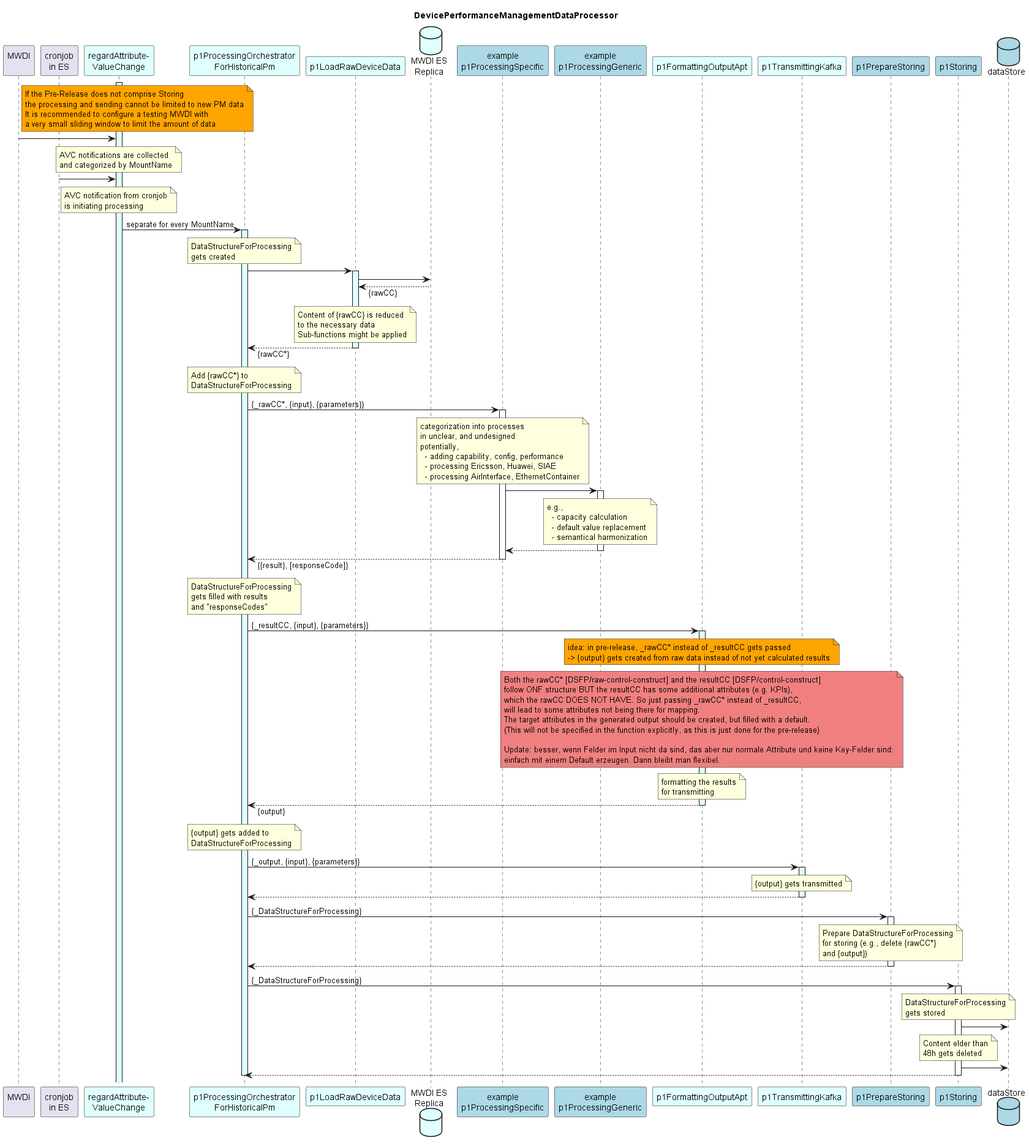
Above: spec/diagrams/highlevelOverview/00_hl_overview.png in openBackhaul/DevicePerformanceManagementDataProcessor (PlantUML), before the change.
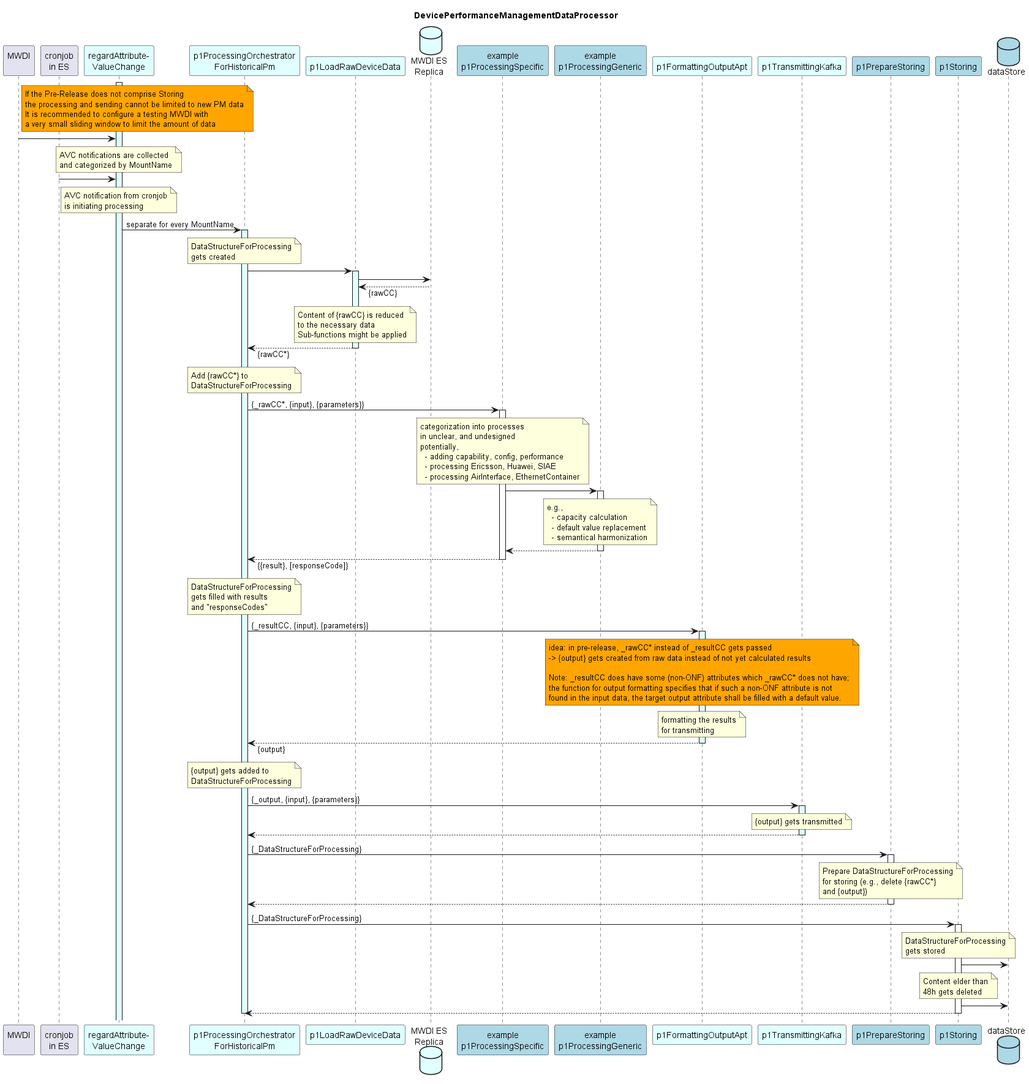
After the change.

Commit message:
overview diagram update for outputFormatting

Diff of the diagram source:
```diff
@@ -113,17 +113,10 @@
     note over p1Output #Orange
       idea: in pre-release, _rawCC* instead of _resultCC gets passed
       -> {output} gets created from raw data instead of not yet calculated results
-    end note
-    note over p1Output #LightCoral
-      Both the rawCC* [DSFP/raw-control-construct] and the resultCC [DSFP/control-construct]
-      follow ONF structure BUT the resultCC has some additional attributes (e.g. KPIs),
-      which the rawCC DOES NOT HAVE. So just passing _rawCC* instead of _resultCC,
-      will lead to some attributes not being there for mapping.
-      The target attributes in the generated output should be created, but filled with a default.
-      (This will not be specified in the function explicitly, as this is just done for the pre-release)
 
-      Update: besser, wenn Felder im Input nicht da sind, das aber nur normale Attribute und keine Key-Felder sind:
-      einfach mit einem Default erzeugen. Dann bleibt man flexibel.
+      Note: _resultCC does have some (non-ONF) attributes which _rawCC* does not have;
+      the function for output formatting specifies that if such a non-ONF attribute is not
+      found in the input data, the target output attribute shall be filled with a default value.
     end note
 
     note over p1Output
```
